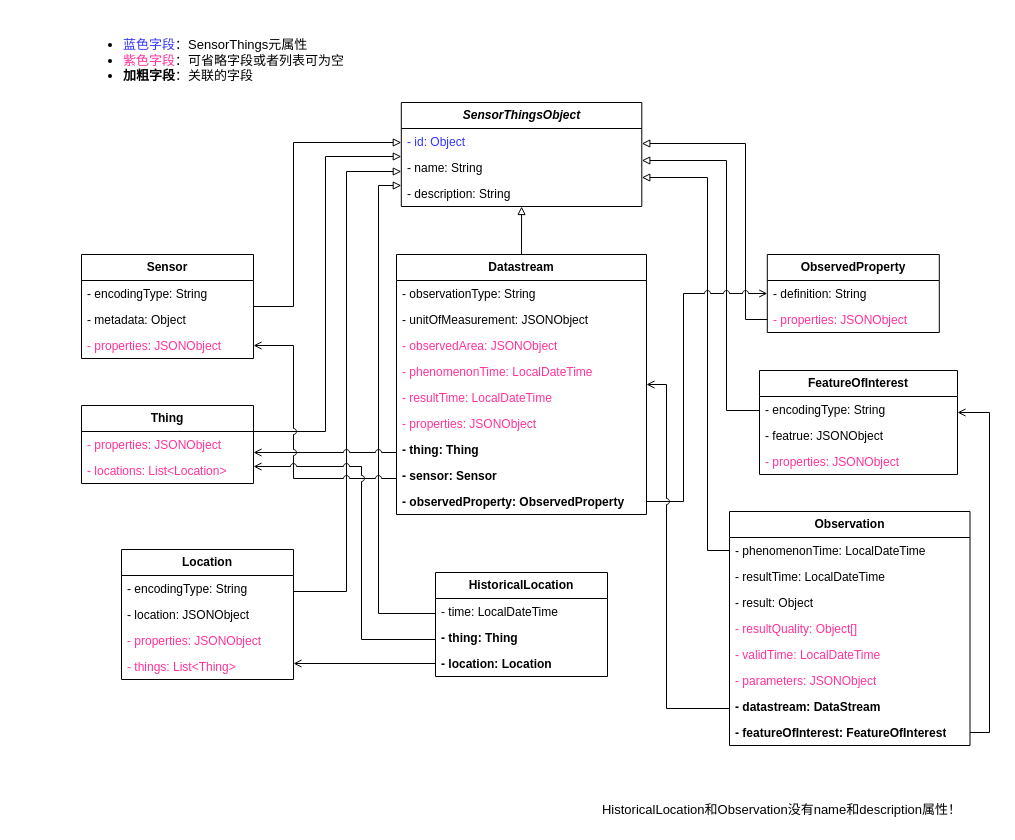
The draw.io diagram page "SensorThings API模型" (1 of 9) of docs/diagram/模型图.dio in hubu-mdzhang/swmm-sensorthings, before the edit. Source tidied: cells renumbered, new cells numbered last; positions are measured from the earlier drawing's top-left corner, leaving out a move shared by most shapes. Both pictures are drawn from the tidied source at 100%, with x=0, y=0 at pixel (81, 17).
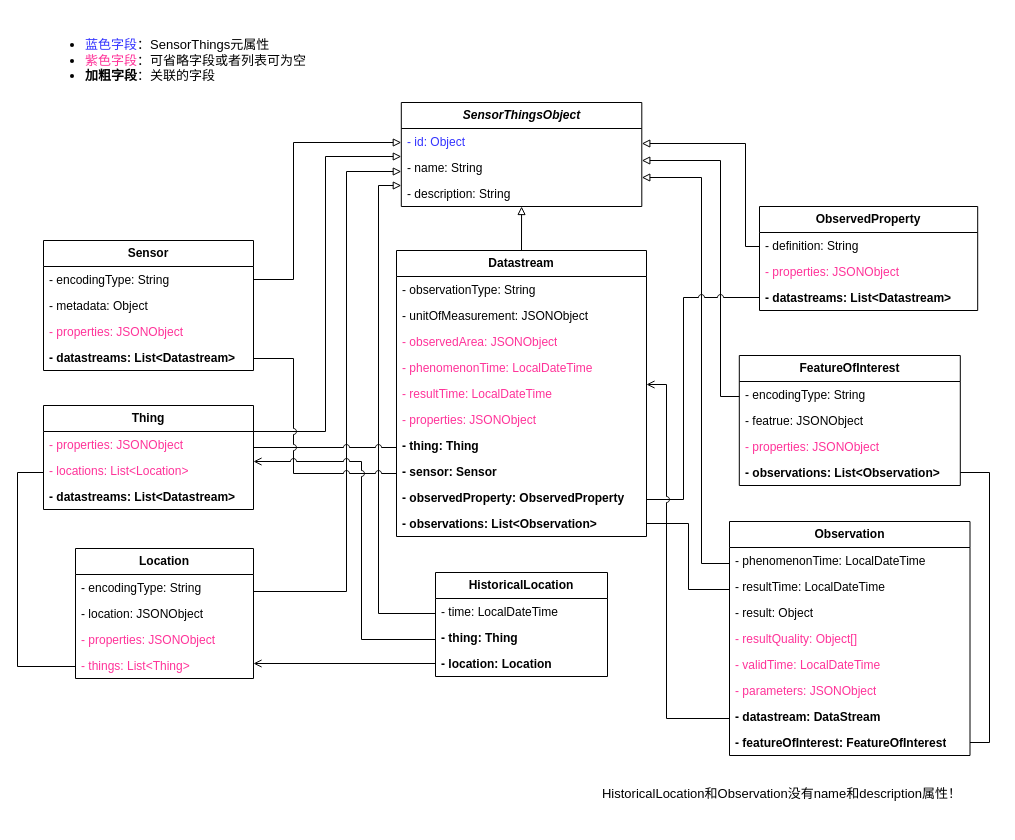
After the change.

The change refers to these unchanged cells:
```xml
<mxCell id="19" value="- thing: Thing" style="text;align=left;verticalAlign=top;spacingLeft=4;spacingRight=4;overflow=hidden;points=[[0,0.5],[1,0.5]];portConstraint=eastwest;whiteSpace=wrap;html=1;strokeColor=none;fontStyle=1;" parent="12" vertex="1">
  <mxGeometry y="182" width="250" height="26" as="geometry" />
</mxCell>
<mxCell id="20" value="- sensor: Sensor" style="text;align=left;verticalAlign=top;spacingLeft=4;spacingRight=4;overflow=hidden;points=[[0,0.5],[1,0.5]];portConstraint=eastwest;whiteSpace=wrap;html=1;strokeColor=none;fontStyle=1;" parent="12" vertex="1">
  <mxGeometry y="208" width="250" height="26" as="geometry" />
</mxCell>
<mxCell id="21" value="- observedProperty: ObservedProperty&amp;nbsp;" style="text;align=left;verticalAlign=top;spacingLeft=4;spacingRight=4;overflow=hidden;points=[[0,0.5],[1,0.5]];portConstraint=eastwest;whiteSpace=wrap;html=1;strokeColor=none;fontStyle=1;" parent="12" vertex="1">
  <mxGeometry y="234" width="250" height="26" as="geometry" />
</mxCell>
<mxCell id="30" value="- datastream: DataStream" style="text;align=left;verticalAlign=top;spacingLeft=4;spacingRight=4;overflow=hidden;points=[[0,0.5],[1,0.5]];portConstraint=eastwest;whiteSpace=wrap;html=1;strokeColor=none;fontStyle=1;" parent="23" vertex="1">
  <mxGeometry y="182" width="240.5" height="26" as="geometry" />
</mxCell>
<mxCell id="31" value="- featureOfInterest: FeatureOfInterest" style="text;align=left;verticalAlign=top;spacingLeft=4;spacingRight=4;overflow=hidden;points=[[0,0.5],[1,0.5]];portConstraint=eastwest;whiteSpace=wrap;html=1;strokeColor=none;fontStyle=1;" parent="23" vertex="1">
  <mxGeometry y="208" width="240.5" height="26" as="geometry" />
</mxCell>
<mxCell id="46" value="- thing: Thing" style="text;align=left;verticalAlign=top;spacingLeft=4;spacingRight=4;overflow=hidden;points=[[0,0.5],[1,0.5]];portConstraint=eastwest;whiteSpace=wrap;html=1;strokeColor=none;fontStyle=1;" parent="44" vertex="1">
  <mxGeometry y="52" width="172" height="26" as="geometry" />
</mxCell>
<mxCell id="53" value="SensorThingsObject" style="swimlane;fontStyle=3;horizontal=1;startSize=26;fillColor=none;whiteSpace=wrap;html=1;strokeColor=default;" parent="1" vertex="1">
  <mxGeometry x="319.8" y="85" width="240.5" height="104" as="geometry" />
</mxCell>
```

What changed in the source:
```diff
@@
     <mxCell id="2" style="edgeStyle=orthogonalEdgeStyle;shape=connector;rounded=0;jettySize=auto;html=1;strokeColor=default;align=center;verticalAlign=middle;fontFamily=Helvetica;fontSize=11;fontColor=default;labelBackgroundColor=default;endArrow=block;endFill=0;jumpStyle=arc;" parent="1" edge="1" source="3" target="53">
       <mxGeometry relative="1" as="geometry">
         <Array as="points">
-          <mxPoint x="212" y="289" />
+          <mxPoint x="212" y="262" />
           <mxPoint x="212" y="125" />
         </Array>
       </mxGeometry>
     </mxCell>
     <mxCell id="3" value="Sensor" style="swimlane;fontStyle=1;horizontal=1;startSize=26;fillColor=none;whiteSpace=wrap;html=1;strokeColor=default;" parent="1" vertex="1">
-      <mxGeometry y="237" width="172" height="104" as="geometry" />
+      <mxGeometry x="-38" y="223" width="210" height="130" as="geometry" />
     </mxCell>
     <mxCell id="4" value="- encodingType: String" style="text;align=left;verticalAlign=top;spacingLeft=4;spacingRight=4;overflow=hidden;whiteSpace=wrap;html=1;strokeColor=none;" parent="3" vertex="1">
-      <mxGeometry y="26" width="172" height="26" as="geometry" />
+      <mxGeometry y="26" width="210" height="26" as="geometry" />
     </mxCell>
     <mxCell id="5" value="- metadata: Object" style="text;align=left;verticalAlign=top;spacingLeft=4;spacingRight=4;overflow=hidden;whiteSpace=wrap;html=1;strokeColor=none;" parent="3" vertex="1">
-      <mxGeometry y="52" width="172" height="26" as="geometry" />
+      <mxGeometry y="52" width="210" height="26" as="geometry" />
     </mxCell>
     <mxCell id="6" value="- properties: JSONObject" style="text;align=left;verticalAlign=top;spacingLeft=4;spacingRight=4;overflow=hidden;whiteSpace=wrap;html=1;strokeColor=none;fontColor=#FF3399;" parent="3" vertex="1">
-      <mxGeometry y="78" width="172" height="26" as="geometry" />
+      <mxGeometry y="78" width="210" height="26" as="geometry" />
     </mxCell>
+    <mxCell id="65" value="- datastreams: List&amp;lt;Datastream&amp;gt;" style="text;align=left;verticalAlign=top;spacingLeft=4;spacingRight=4;overflow=hidden;whiteSpace=wrap;html=1;strokeColor=none;fontStyle=1;" parent="3" vertex="1">
+      <mxGeometry y="104" width="210" height="26" as="geometry" />
+    </mxCell>
@@
     <mxCell id="8" value="Thing" style="swimlane;fontStyle=1;horizontal=1;startSize=26;fillColor=none;whiteSpace=wrap;html=1;strokeColor=default;" parent="1" vertex="1">
-      <mxGeometry y="388" width="172" height="78" as="geometry" />
+      <mxGeometry x="-38" y="388" width="210" height="104" as="geometry" />
     </mxCell>
     <mxCell id="9" value="- properties: JSONObject" style="text;align=left;verticalAlign=top;spacingLeft=4;spacingRight=4;overflow=hidden;whiteSpace=wrap;html=1;strokeColor=none;fontColor=#FF3399;" parent="8" vertex="1">
-      <mxGeometry y="26" width="172" height="26" as="geometry" />
+      <mxGeometry y="26" width="210" height="26" as="geometry" />
     </mxCell>
     <mxCell id="10" value="- locations: List&amp;lt;Location&amp;gt;" style="text;align=left;verticalAlign=top;spacingLeft=4;spacingRight=4;overflow=hidden;whiteSpace=wrap;html=1;strokeColor=none;fontColor=#FF3399;" parent="8" vertex="1">
-      <mxGeometry y="52" width="172" height="26" as="geometry" />
+      <mxGeometry y="52" width="210" height="26" as="geometry" />
     </mxCell>
+    <mxCell id="66" value="- datastreams: List&amp;lt;Datastream&amp;gt;" style="text;align=left;verticalAlign=top;spacingLeft=4;spacingRight=4;overflow=hidden;whiteSpace=wrap;html=1;strokeColor=none;fontStyle=1;" parent="8" vertex="1">
+      <mxGeometry y="78" width="210" height="26" as="geometry" />
+    </mxCell>
@@
     <mxCell id="12" value="Datastream" style="swimlane;fontStyle=1;horizontal=1;startSize=26;fillColor=none;whiteSpace=wrap;html=1;strokeColor=default;" parent="1" vertex="1">
-      <mxGeometry x="315" y="237" width="250" height="260" as="geometry" />
+      <mxGeometry x="315" y="233" width="250" height="286" as="geometry" />
     </mxCell>
@@
+    <mxCell id="67" value="- observations: List&amp;lt;Observation&amp;gt;" style="text;align=left;verticalAlign=top;spacingLeft=4;spacingRight=4;overflow=hidden;points=[[0,0.5],[1,0.5]];portConstraint=eastwest;whiteSpace=wrap;html=1;strokeColor=none;fontStyle=1;" parent="12" vertex="1">
+      <mxGeometry y="260" width="250" height="26" as="geometry" />
+    </mxCell>
     <mxCell id="22" style="edgeStyle=orthogonalEdgeStyle;shape=connector;rounded=0;jettySize=auto;html=1;strokeColor=default;align=center;verticalAlign=middle;fontFamily=Helvetica;fontSize=11;fontColor=default;labelBackgroundColor=default;endArrow=block;endFill=0;jumpStyle=arc;" parent="1" edge="1" source="23" target="53">
       <mxGeometry relative="1" as="geometry">
         <Array as="points">
-          <mxPoint x="626" y="533" />
-          <mxPoint x="626" y="160" />
+          <mxPoint x="620" y="546" />
+          <mxPoint x="620" y="160" />
         </Array>
       </mxGeometry>
     </mxCell>
     <mxCell id="23" value="Observation" style="swimlane;fontStyle=1;horizontal=1;startSize=26;fillColor=none;whiteSpace=wrap;html=1;strokeColor=default;" parent="1" vertex="1">
-      <mxGeometry x="648" y="494" width="240.5" height="234" as="geometry" />
+      <mxGeometry x="648" y="504" width="240.5" height="234" as="geometry" />
     </mxCell>
@@
     <mxCell id="32" style="edgeStyle=orthogonalEdgeStyle;shape=connector;rounded=0;jumpStyle=arc;jettySize=auto;html=1;strokeColor=default;align=center;verticalAlign=middle;fontFamily=Helvetica;fontSize=11;fontColor=default;labelBackgroundColor=default;endArrow=block;endFill=0;" parent="1" edge="1" source="33" target="53">
       <mxGeometry relative="1" as="geometry">
         <Array as="points">
-          <mxPoint x="645" y="393" />
-          <mxPoint x="645" y="143" />
+          <mxPoint x="639" y="379" />
+          <mxPoint x="639" y="143" />
         </Array>
       </mxGeometry>
     </mxCell>
     <mxCell id="33" value="FeatureOfInterest" style="swimlane;fontStyle=1;horizontal=1;startSize=26;fillColor=none;whiteSpace=wrap;html=1;strokeColor=default;" parent="1" vertex="1">
-      <mxGeometry x="678" y="353" width="198" height="104" as="geometry" />
+      <mxGeometry x="657.8" y="338" width="221" height="130" as="geometry" />
     </mxCell>
     <mxCell id="34" value="- encodingType: String" style="text;align=left;verticalAlign=top;spacingLeft=4;spacingRight=4;overflow=hidden;whiteSpace=wrap;html=1;strokeColor=none;" parent="33" vertex="1">
-      <mxGeometry y="26" width="198" height="26" as="geometry" />
+      <mxGeometry y="26" width="221" height="26" as="geometry" />
     </mxCell>
     <mxCell id="35" value="- featrue: JSONObject" style="text;align=left;verticalAlign=top;spacingLeft=4;spacingRight=4;overflow=hidden;whiteSpace=wrap;html=1;strokeColor=none;" parent="33" vertex="1">
-      <mxGeometry y="52" width="198" height="26" as="geometry" />
+      <mxGeometry y="52" width="221" height="26" as="geometry" />
     </mxCell>
     <mxCell id="36" value="- properties: JSONObject" style="text;align=left;verticalAlign=top;spacingLeft=4;spacingRight=4;overflow=hidden;whiteSpace=wrap;html=1;strokeColor=none;fontColor=#FF3399;" parent="33" vertex="1">
-      <mxGeometry y="78" width="198" height="26" as="geometry" />
+      <mxGeometry y="78" width="221" height="26" as="geometry" />
     </mxCell>
+    <mxCell id="68" value="- observations: List&amp;lt;Observation&amp;gt;" style="text;align=left;verticalAlign=top;spacingLeft=4;spacingRight=4;overflow=hidden;whiteSpace=wrap;html=1;strokeColor=none;fontStyle=1;" parent="33" vertex="1">
+      <mxGeometry y="104" width="221" height="26" as="geometry" />
+    </mxCell>
@@
     <mxCell id="38" value="Location" style="swimlane;fontStyle=1;horizontal=1;startSize=26;fillColor=none;whiteSpace=wrap;html=1;strokeColor=default;" parent="1" vertex="1">
-      <mxGeometry x="40" y="532" width="172" height="130" as="geometry" />
+      <mxGeometry x="-6" y="531" width="178" height="130" as="geometry" />
     </mxCell>
     <mxCell id="39" value="- encodingType: String" style="text;align=left;verticalAlign=top;spacingLeft=4;spacingRight=4;overflow=hidden;whiteSpace=wrap;html=1;strokeColor=none;" parent="38" vertex="1">
-      <mxGeometry y="26" width="172" height="26" as="geometry" />
+      <mxGeometry y="26" width="178" height="26" as="geometry" />
     </mxCell>
     <mxCell id="40" value="- location: JSONObject" style="text;align=left;verticalAlign=top;spacingLeft=4;spacingRight=4;overflow=hidden;whiteSpace=wrap;html=1;strokeColor=none;" parent="38" vertex="1">
-      <mxGeometry y="52" width="172" height="26" as="geometry" />
+      <mxGeometry y="52" width="178" height="26" as="geometry" />
     </mxCell>
     <mxCell id="41" value="- properties: JSONObject" style="text;align=left;verticalAlign=top;spacingLeft=4;spacingRight=4;overflow=hidden;whiteSpace=wrap;html=1;strokeColor=none;fontColor=#FF3399;" parent="38" vertex="1">
-      <mxGeometry y="78" width="172" height="26" as="geometry" />
+      <mxGeometry y="78" width="178" height="26" as="geometry" />
     </mxCell>
     <mxCell id="42" value="- things: List&amp;lt;Thing&amp;gt;" style="text;align=left;verticalAlign=top;spacingLeft=4;spacingRight=4;overflow=hidden;points=[[0,0.5],[1,0.5]];portConstraint=eastwest;whiteSpace=wrap;html=1;strokeColor=none;fontColor=#FF3399;" parent="38" vertex="1">
-      <mxGeometry y="104" width="172" height="26" as="geometry" />
+      <mxGeometry y="104" width="178" height="26" as="geometry" />
     </mxCell>
@@
     <mxCell id="48" style="edgeStyle=orthogonalEdgeStyle;shape=connector;rounded=0;jettySize=auto;html=1;strokeColor=default;align=center;verticalAlign=middle;fontFamily=Helvetica;fontSize=11;fontColor=default;labelBackgroundColor=default;endArrow=block;endFill=0;jumpStyle=arc;" parent="1" edge="1" source="49" target="53">
       <mxGeometry relative="1" as="geometry">
         <Array as="points">
-          <mxPoint x="664" y="302" />
+          <mxPoint x="664" y="229" />
           <mxPoint x="664" y="126" />
         </Array>
       </mxGeometry>
     </mxCell>
     <mxCell id="49" value="ObservedProperty" style="swimlane;fontStyle=1;horizontal=1;startSize=26;fillColor=none;whiteSpace=wrap;html=1;strokeColor=default;" parent="1" vertex="1">
-      <mxGeometry x="685.8" y="237" width="172" height="78" as="geometry" />
+      <mxGeometry x="678" y="189" width="218.2" height="104" as="geometry" />
     </mxCell>
     <mxCell id="50" value="- definition: String" style="text;align=left;verticalAlign=top;spacingLeft=4;spacingRight=4;overflow=hidden;whiteSpace=wrap;html=1;strokeColor=none;" parent="49" vertex="1">
-      <mxGeometry y="26" width="172" height="26" as="geometry" />
+      <mxGeometry y="26" width="218.2" height="26" as="geometry" />
     </mxCell>
     <mxCell id="51" value="- properties: JSONObject" style="text;align=left;verticalAlign=top;spacingLeft=4;spacingRight=4;overflow=hidden;whiteSpace=wrap;html=1;strokeColor=none;fontColor=#FF3399;" parent="49" vertex="1">
-      <mxGeometry y="52" width="172" height="26" as="geometry" />
+      <mxGeometry y="52" width="218.2" height="26" as="geometry" />
     </mxCell>
+    <mxCell id="69" value="- datastreams: List&amp;lt;Datastream&amp;gt;" style="text;align=left;verticalAlign=top;spacingLeft=4;spacingRight=4;overflow=hidden;whiteSpace=wrap;html=1;strokeColor=none;fontStyle=1;" parent="49" vertex="1">
+      <mxGeometry y="78" width="218.2" height="26" as="geometry" />
+    </mxCell>
     <mxCell id="52" value="&lt;ul&gt;&lt;li&gt;&lt;font color=&quot;#3333ff&quot;&gt;蓝色字段&lt;/font&gt;：SensorThings元属性&lt;/li&gt;&lt;li&gt;&lt;font color=&quot;#ff3399&quot;&gt;紫色字段&lt;/font&gt;：可省略字段或者列表可为空&lt;/li&gt;&lt;li&gt;&lt;b&gt;加粗字段&lt;/b&gt;：关联的字段&lt;/li&gt;&lt;/ul&gt;" style="text;html=1;align=left;verticalAlign=middle;strokeColor=none;fillColor=none;fontFamily=Helvetica;fontSize=13;fontColor=default;labelBackgroundColor=default;" parent="1" vertex="1">
-      <mxGeometry width="279" height="85" as="geometry" />
+      <mxGeometry x="-38" width="279" height="85" as="geometry" />
     </mxCell>
@@
-    <mxCell id="57" style="edgeStyle=orthogonalEdgeStyle;shape=connector;rounded=0;jumpStyle=arc;jettySize=auto;html=1;strokeColor=default;align=center;verticalAlign=middle;fontFamily=Helvetica;fontSize=11;fontColor=default;labelBackgroundColor=default;endArrow=open;endFill=0;" parent="1" edge="1" source="19" target="8">
+    <mxCell id="57" style="edgeStyle=orthogonalEdgeStyle;shape=connector;rounded=0;jumpStyle=arc;jettySize=auto;html=1;strokeColor=default;align=center;verticalAlign=middle;fontFamily=Helvetica;fontSize=11;fontColor=default;labelBackgroundColor=default;endArrow=none;endFill=0;" parent="1" edge="1" source="19" target="8">
       <mxGeometry relative="1" as="geometry">
         <Array as="points">
-          <mxPoint x="243" y="435" />
-          <mxPoint x="243" y="435" />
+          <mxPoint x="241" y="430" />
+          <mxPoint x="241" y="430" />
         </Array>
       </mxGeometry>
     </mxCell>
-    <mxCell id="58" style="edgeStyle=orthogonalEdgeStyle;shape=connector;rounded=0;jumpStyle=arc;jettySize=auto;html=1;strokeColor=default;align=center;verticalAlign=middle;fontFamily=Helvetica;fontSize=11;fontColor=default;labelBackgroundColor=default;endArrow=open;endFill=0;" parent="1" edge="1" source="20" target="3">
+    <mxCell id="58" style="edgeStyle=orthogonalEdgeStyle;shape=connector;rounded=0;jumpStyle=arc;jettySize=auto;html=1;strokeColor=default;align=center;verticalAlign=middle;fontFamily=Helvetica;fontSize=11;fontColor=default;labelBackgroundColor=default;endArrow=none;endFill=0;" parent="1" edge="1" source="20" target="3">
       <mxGeometry relative="1" as="geometry">
         <Array as="points">
-          <mxPoint x="212" y="461" />
-          <mxPoint x="212" y="328" />
+          <mxPoint x="212" y="456" />
+          <mxPoint x="212" y="341" />
         </Array>
       </mxGeometry>
     </mxCell>
-    <mxCell id="59" style="edgeStyle=orthogonalEdgeStyle;shape=connector;rounded=0;jumpStyle=arc;jettySize=auto;html=1;strokeColor=default;align=center;verticalAlign=middle;fontFamily=Helvetica;fontSize=11;fontColor=default;labelBackgroundColor=default;endArrow=open;endFill=0;" parent="1" edge="1" source="21" target="49">
+    <mxCell id="59" style="edgeStyle=orthogonalEdgeStyle;shape=connector;rounded=0;jumpStyle=arc;jettySize=auto;html=1;strokeColor=default;align=center;verticalAlign=middle;fontFamily=Helvetica;fontSize=11;fontColor=default;labelBackgroundColor=default;endArrow=none;endFill=0;" parent="1" edge="1" source="21" target="49">
       <mxGeometry relative="1" as="geometry">
         <Array as="points">
-          <mxPoint x="602" y="484" />
-          <mxPoint x="602" y="276" />
+          <mxPoint x="602" y="482" />
+          <mxPoint x="602" y="280" />
         </Array>
       </mxGeometry>
     </mxCell>
     <mxCell id="60" style="edgeStyle=orthogonalEdgeStyle;shape=connector;rounded=0;jumpStyle=arc;jettySize=auto;html=1;strokeColor=default;align=center;verticalAlign=middle;fontFamily=Helvetica;fontSize=11;fontColor=default;labelBackgroundColor=default;endArrow=open;endFill=0;" parent="1" edge="1" source="30" target="12">
       <mxGeometry relative="1" as="geometry">
         <Array as="points">
-          <mxPoint x="585" y="691" />
+          <mxPoint x="585" y="701" />
           <mxPoint x="585" y="367" />
         </Array>
       </mxGeometry>
     </mxCell>
     <mxCell id="61" style="edgeStyle=orthogonalEdgeStyle;shape=connector;rounded=0;jumpStyle=arc;jettySize=auto;html=1;strokeColor=default;align=center;verticalAlign=middle;fontFamily=Helvetica;fontSize=11;fontColor=default;labelBackgroundColor=default;endArrow=open;endFill=0;" parent="1" edge="1" source="46" target="8">
       <mxGeometry relative="1" as="geometry">
         <Array as="points">
           <mxPoint x="280" y="622" />
-          <mxPoint x="280" y="449" />
+          <mxPoint x="280" y="444" />
         </Array>
       </mxGeometry>
     </mxCell>
@@
-    <mxCell id="63" style="edgeStyle=orthogonalEdgeStyle;shape=connector;rounded=0;jumpStyle=arc;jettySize=auto;html=1;strokeColor=default;align=center;verticalAlign=middle;fontFamily=Helvetica;fontSize=11;fontColor=default;labelBackgroundColor=default;endArrow=open;endFill=0;" parent="1" edge="1" source="31" target="33">
+    <mxCell id="63" style="edgeStyle=orthogonalEdgeStyle;shape=connector;rounded=0;jumpStyle=arc;jettySize=auto;html=1;strokeColor=default;align=center;verticalAlign=middle;fontFamily=Helvetica;fontSize=11;fontColor=default;labelBackgroundColor=default;endArrow=none;endFill=0;" parent="1" edge="1" source="31" target="33">
       <mxGeometry relative="1" as="geometry">
         <Array as="points">
-          <mxPoint x="908" y="715" />
-          <mxPoint x="908" y="395" />
+          <mxPoint x="908" y="725" />
+          <mxPoint x="908" y="455" />
         </Array>
       </mxGeometry>
     </mxCell>
     <mxCell id="64" value="HistoricalLocation和Observation没有name和description属性！" style="text;html=1;align=center;verticalAlign=middle;strokeColor=none;fillColor=none;fontSize=13;" parent="1" vertex="1">
-      <mxGeometry x="511.5" y="778" width="377" height="28" as="geometry" />
+      <mxGeometry x="511.5" y="762" width="377" height="28" as="geometry" />
     </mxCell>
+    <mxCell id="70" style="edgeStyle=orthogonalEdgeStyle;shape=connector;rounded=0;jettySize=auto;html=1;strokeColor=default;align=center;verticalAlign=middle;fontFamily=Helvetica;fontSize=11;fontColor=default;labelBackgroundColor=default;endArrow=none;endFill=0;" parent="1" edge="1" source="42" target="8">
+      <mxGeometry relative="1" as="geometry">
+        <Array as="points">
+          <mxPoint x="-64" y="649" />
+          <mxPoint x="-64" y="455" />
+        </Array>
+      </mxGeometry>
+    </mxCell>
+    <mxCell id="71" style="edgeStyle=orthogonalEdgeStyle;shape=connector;rounded=0;jettySize=auto;html=1;strokeColor=default;align=center;verticalAlign=middle;fontFamily=Helvetica;fontSize=11;fontColor=default;labelBackgroundColor=default;endArrow=none;endFill=0;" parent="1" edge="1" source="67" target="23">
+      <mxGeometry relative="1" as="geometry">
+        <Array as="points">
+          <mxPoint x="607" y="506" />
+          <mxPoint x="607" y="572" />
+        </Array>
+      </mxGeometry>
+    </mxCell>
```
